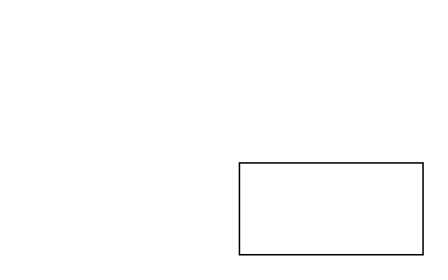
Earlier version of the draw.io diagram Untitled Diagram.drawio (413343176/diagrams). Source tidied: cells renumbered, new cells numbered last; positions are measured from the earlier drawing's top-left corner, leaving out a move shared by most shapes. Both pictures are drawn from the tidied source at 153%, with x=0, y=0 at pixel (239, 162).
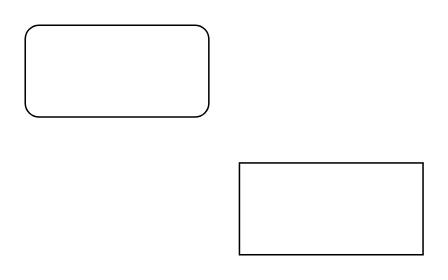
The same page after the edit.

Diff of the diagram source:
```diff
@@
 <mxGraphModel>
   <root>
     <mxCell id="0" />
     <mxCell id="1" parent="0" />
     <mxCell id="2" style="rounded=0;whiteSpace=wrap;html=1;" parent="1" vertex="1">
       <mxGeometry width="120" height="60" as="geometry" />
     </mxCell>
+    <mxCell id="3" style="rounded=1;whiteSpace=wrap;html=1;" parent="1" vertex="1">
+      <mxGeometry x="-140" y="-90" width="120" height="60" as="geometry" />
+    </mxCell>
   </root>
 </mxGraphModel>
```
